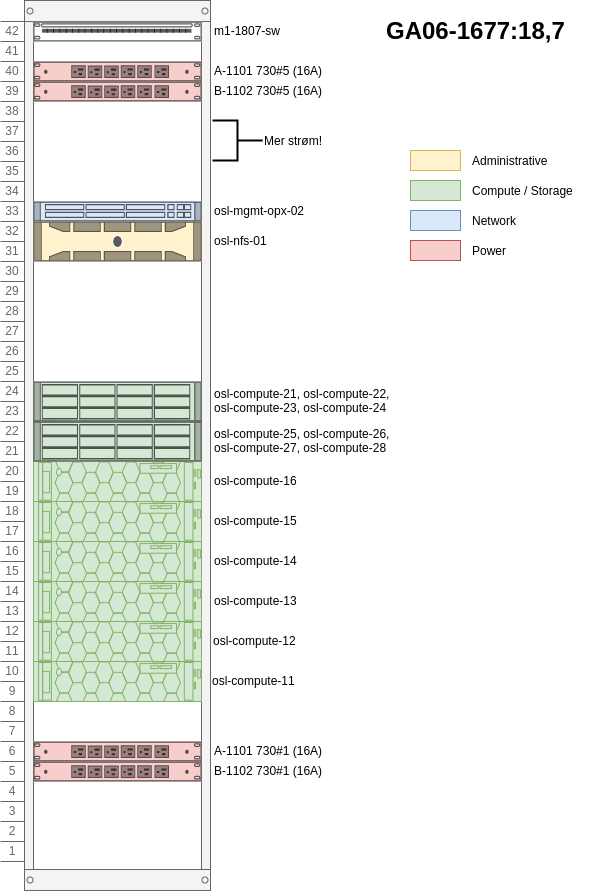
This is docs/team/development/images/osl-rack-3.png from norcams/iaas, a draw.io export, as it was before one commit. Source tidied: cells renumbered, new cells last; positions are measured from the earlier drawing's top-left corner, leaving out a move shared by most shapes.
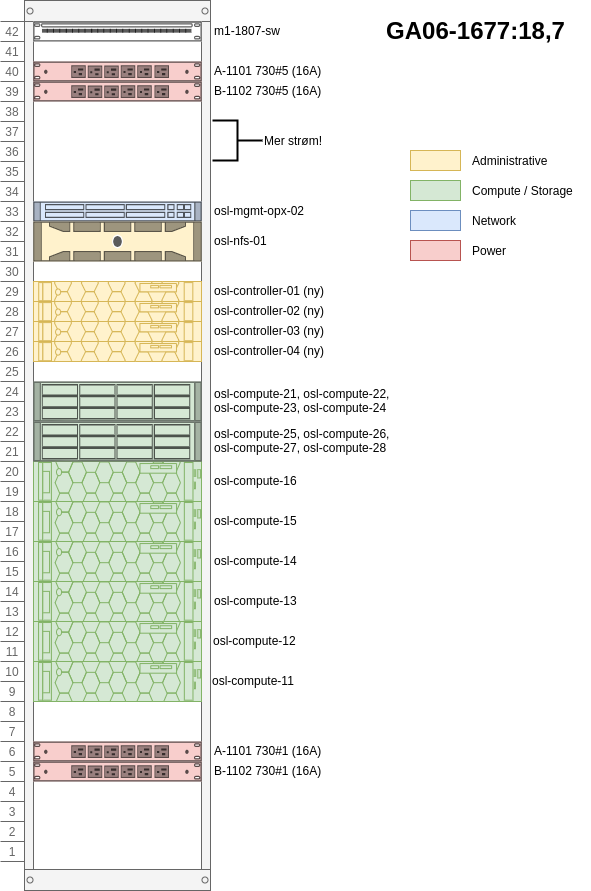
The same file after the commit.

Change to the diagram source:
```diff
@@ -20,6 +20,12 @@
     <mxCell id="7" style="strokeColor=#b85450;html=1;labelPosition=right;align=left;spacingLeft=15;shadow=0;dashed=0;shape=mxgraph.rack.dell.power_strip;labelBackgroundColor=#DDFF00;fillColor=#f8cecc;" parent="2" vertex="1">
       <mxGeometry x="33" y="81" width="168" height="20" as="geometry" />
     </mxCell>
+    <mxCell id="44" style="strokeColor=#d6b656;html=1;labelPosition=right;align=left;spacingLeft=15;shadow=0;dashed=0;shape=mxgraph.rack.dell.poweredge_r640;fillColor=#fff2cc;" parent="2" vertex="1">
+      <mxGeometry x="33" y="281" width="168" height="20" as="geometry" />
+    </mxCell>
+    <mxCell id="45" style="strokeColor=#d6b656;html=1;labelPosition=right;align=left;spacingLeft=15;shadow=0;dashed=0;shape=mxgraph.rack.dell.poweredge_r640;fillColor=#fff2cc;" parent="2" vertex="1">
+      <mxGeometry x="33" y="341" width="168" height="20" as="geometry" />
+    </mxCell>
     <mxCell id="8" style="strokeColor=#82b366;html=1;labelPosition=right;align=left;spacingLeft=15;shadow=0;dashed=0;shape=mxgraph.rack.dell.poweredge_r740xd;fillColor=#d5e8d4;strokeWidth=1;" parent="2" vertex="1">
       <mxGeometry x="33" y="461" width="168" height="40" as="geometry" />
     </mxCell>
@@ -50,6 +56,12 @@
     <mxCell id="17" style="strokeColor=#b85450;html=1;labelPosition=right;align=left;spacingLeft=15;shadow=0;dashed=0;shape=mxgraph.rack.dell.power_strip;labelBackgroundColor=#DDFF00;fillColor=#f8cecc;" parent="2" vertex="1">
       <mxGeometry x="33" y="761" width="168" height="20" as="geometry" />
     </mxCell>
+    <mxCell id="46" style="strokeColor=#d6b656;html=1;labelPosition=right;align=left;spacingLeft=15;shadow=0;dashed=0;shape=mxgraph.rack.dell.poweredge_r640;fillColor=#fff2cc;" parent="2" vertex="1">
+      <mxGeometry x="33" y="301" width="168" height="20" as="geometry" />
+    </mxCell>
+    <mxCell id="47" style="strokeColor=#d6b656;html=1;labelPosition=right;align=left;spacingLeft=15;shadow=0;dashed=0;shape=mxgraph.rack.dell.poweredge_r640;fillColor=#fff2cc;" parent="2" vertex="1">
+      <mxGeometry x="33" y="321" width="168" height="20" as="geometry" />
+    </mxCell>
     <mxCell id="18" value="osl-compute-12" style="text;html=1;strokeColor=none;fillColor=none;align=left;verticalAlign=middle;whiteSpace=wrap;rounded=0;labelBackgroundColor=#ffffff;" parent="1" vertex="1">
       <mxGeometry x="211" y="630" width="100" height="20" as="geometry" />
     </mxCell>
@@ -128,5 +140,17 @@
     <mxCell id="43" value="Mer strøm!" style="text;html=1;align=left;verticalAlign=middle;" parent="1" vertex="1">
       <mxGeometry x="262" y="130" width="70" height="20" as="geometry" />
     </mxCell>
+    <mxCell id="48" value="osl-controller-01 (ny)" style="text;html=1;strokeColor=none;fillColor=none;align=left;verticalAlign=middle;whiteSpace=wrap;rounded=0;labelBackgroundColor=#ffffff;" parent="1" vertex="1">
+      <mxGeometry x="212" y="280" width="128" height="20" as="geometry" />
+    </mxCell>
+    <mxCell id="49" value="osl-controller-02 (ny)" style="text;html=1;strokeColor=none;fillColor=none;align=left;verticalAlign=middle;whiteSpace=wrap;rounded=0;labelBackgroundColor=#ffffff;" parent="1" vertex="1">
+      <mxGeometry x="212" y="300" width="128" height="20" as="geometry" />
+    </mxCell>
+    <mxCell id="50" value="osl-controller-03 (ny)" style="text;html=1;strokeColor=none;fillColor=none;align=left;verticalAlign=middle;whiteSpace=wrap;rounded=0;labelBackgroundColor=#ffffff;" parent="1" vertex="1">
+      <mxGeometry x="212" y="320" width="128" height="20" as="geometry" />
+    </mxCell>
+    <mxCell id="51" value="osl-controller-04 (ny)" style="text;html=1;strokeColor=none;fillColor=none;align=left;verticalAlign=middle;whiteSpace=wrap;rounded=0;labelBackgroundColor=#ffffff;" parent="1" vertex="1">
+      <mxGeometry x="212" y="340" width="128" height="20" as="geometry" />
+    </mxCell>
   </root>
 </mxGraphModel>
```
